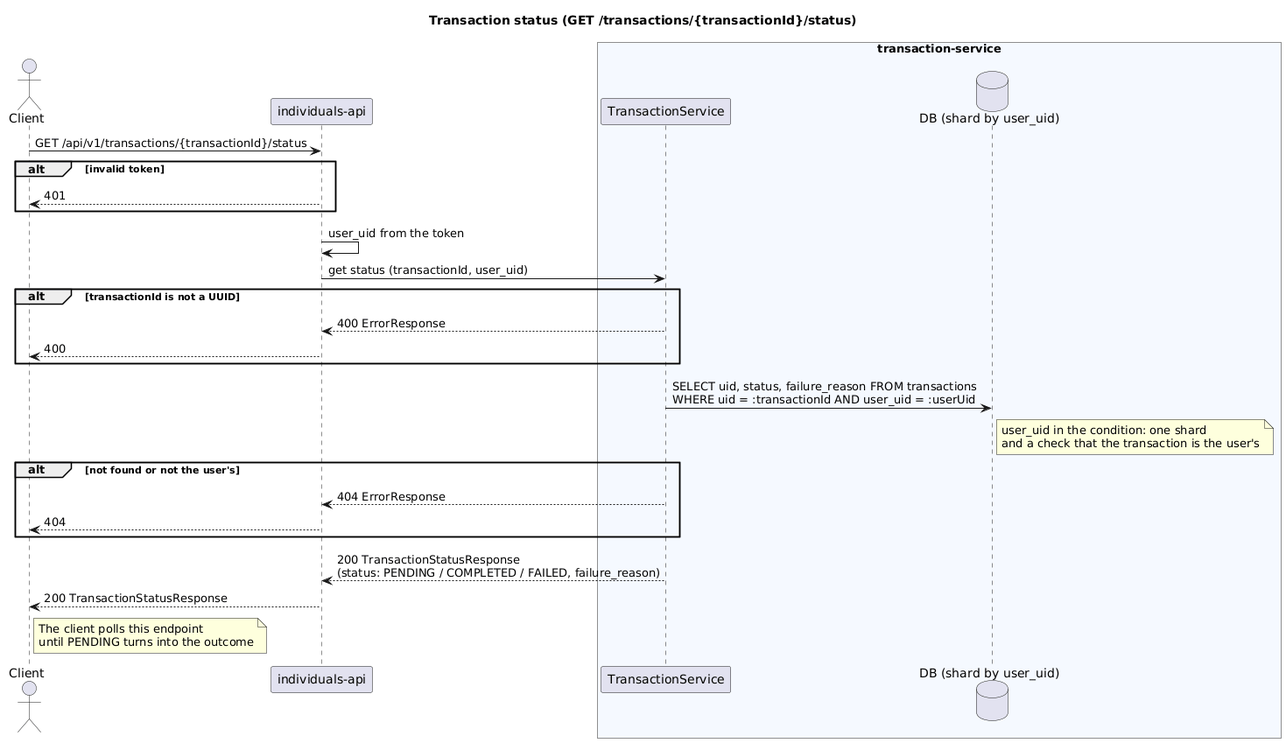
This is transaction-service/diagrams-c4/png/en/sequence-transaction-status.png from dezxxx/payment-platform, a PlantUML export, as it was before one commit.
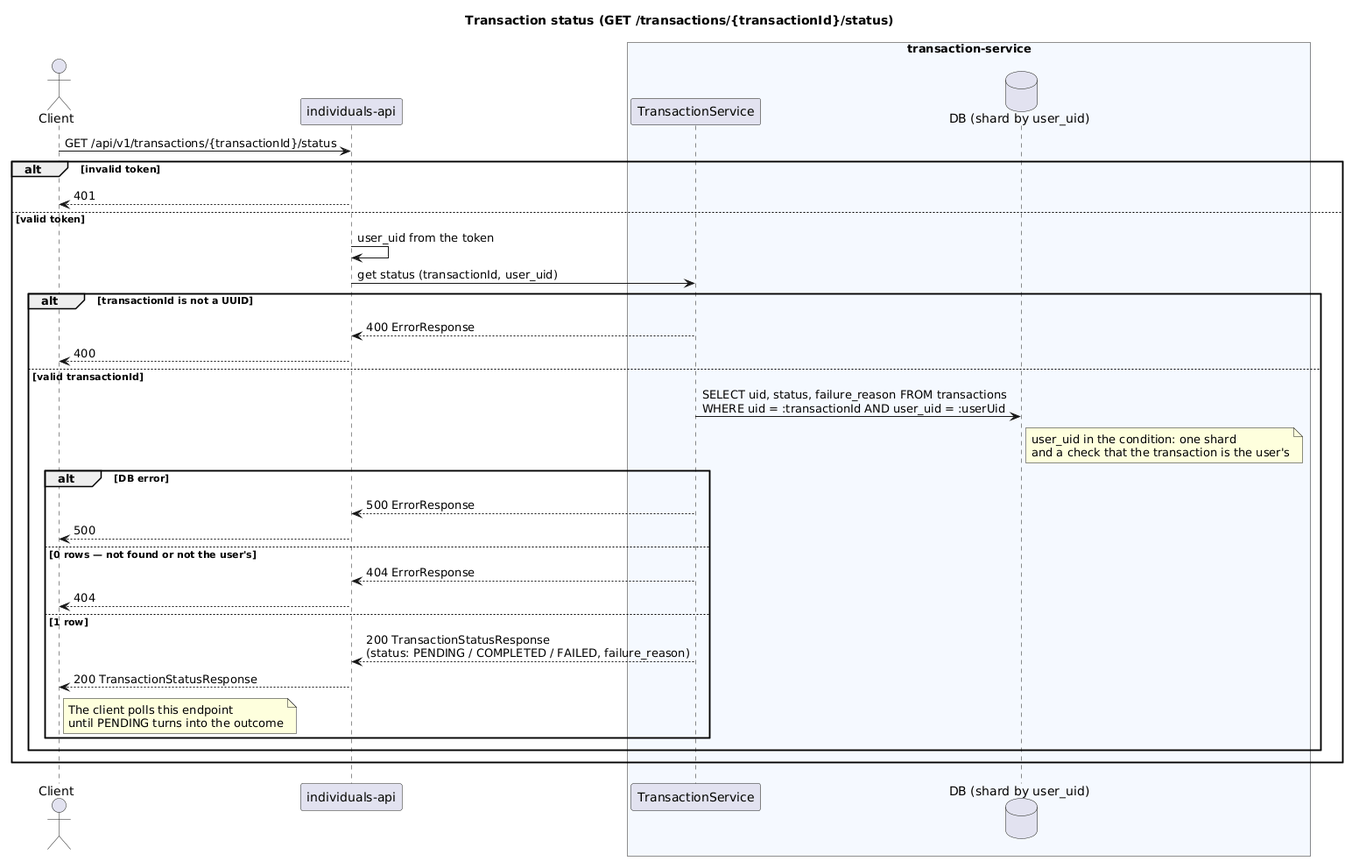
The same diagram one commit later.

What changed in the source:
```diff
@@ -11,26 +11,32 @@
 Client -> IA: GET /api/v1/transactions/{transactionId}/status
 alt invalid token
     IA --> Client: 401
+else valid token
+    IA -> IA: user_uid from the token
+    IA -> TS: get status (transactionId, user_uid)
+    alt transactionId is not a UUID
+        TS --> IA: 400 ErrorResponse
+        IA --> Client: 400
+    else valid transactionId
+        TS -> DB: SELECT uid, status, failure_reason FROM transactions\nWHERE uid = :transactionId AND user_uid = :userUid
+        note right of DB
+          user_uid in the condition: one shard
+          and a check that the transaction is the user's
+        end note
+        alt DB error
+            TS --> IA: 500 ErrorResponse
+            IA --> Client: 500
+        else 0 rows — not found or not the user's
+            TS --> IA: 404 ErrorResponse
+            IA --> Client: 404
+        else 1 row
+            TS --> IA: 200 TransactionStatusResponse\n(status: PENDING / COMPLETED / FAILED, failure_reason)
+            IA --> Client: 200 TransactionStatusResponse
+            note right of Client
+              The client polls this endpoint
+              until PENDING turns into the outcome
+            end note
+        end
+    end
 end
-IA -> IA: user_uid from the token
-IA -> TS: get status (transactionId, user_uid)
-alt transactionId is not a UUID
-    TS --> IA: 400 ErrorResponse
-    IA --> Client: 400
-end
-TS -> DB: SELECT uid, status, failure_reason FROM transactions\nWHERE uid = :transactionId AND user_uid = :userUid
-note right of DB
-  user_uid in the condition: one shard
-  and a check that the transaction is the user's
-end note
-alt not found or not the user's
-    TS --> IA: 404 ErrorResponse
-    IA --> Client: 404
-end
-TS --> IA: 200 TransactionStatusResponse\n(status: PENDING / COMPLETED / FAILED, failure_reason)
-IA --> Client: 200 TransactionStatusResponse
-note right of Client
-  The client polls this endpoint
-  until PENDING turns into the outcome
-end note
 @enduml
```
